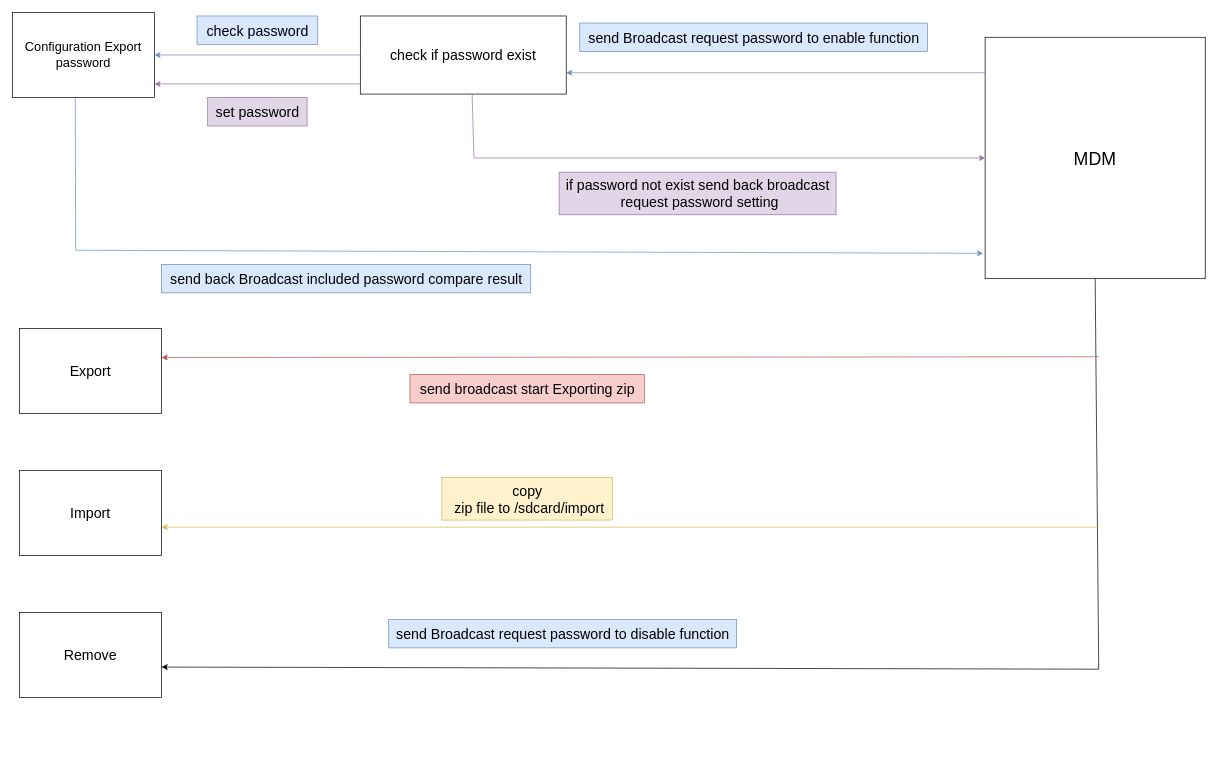
Earlier version of the draw.io diagram 未命名mdm.drawio (yuchinchenTW/IDT_-forgreengrassv2_log). Source tidied: cells renumbered, new cells numbered last; positions are measured from the earlier drawing's top-left corner, leaving out a move shared by most shapes. Both pictures are drawn from the tidied source at 71%, with x=0, y=0 at pixel (12, 12).
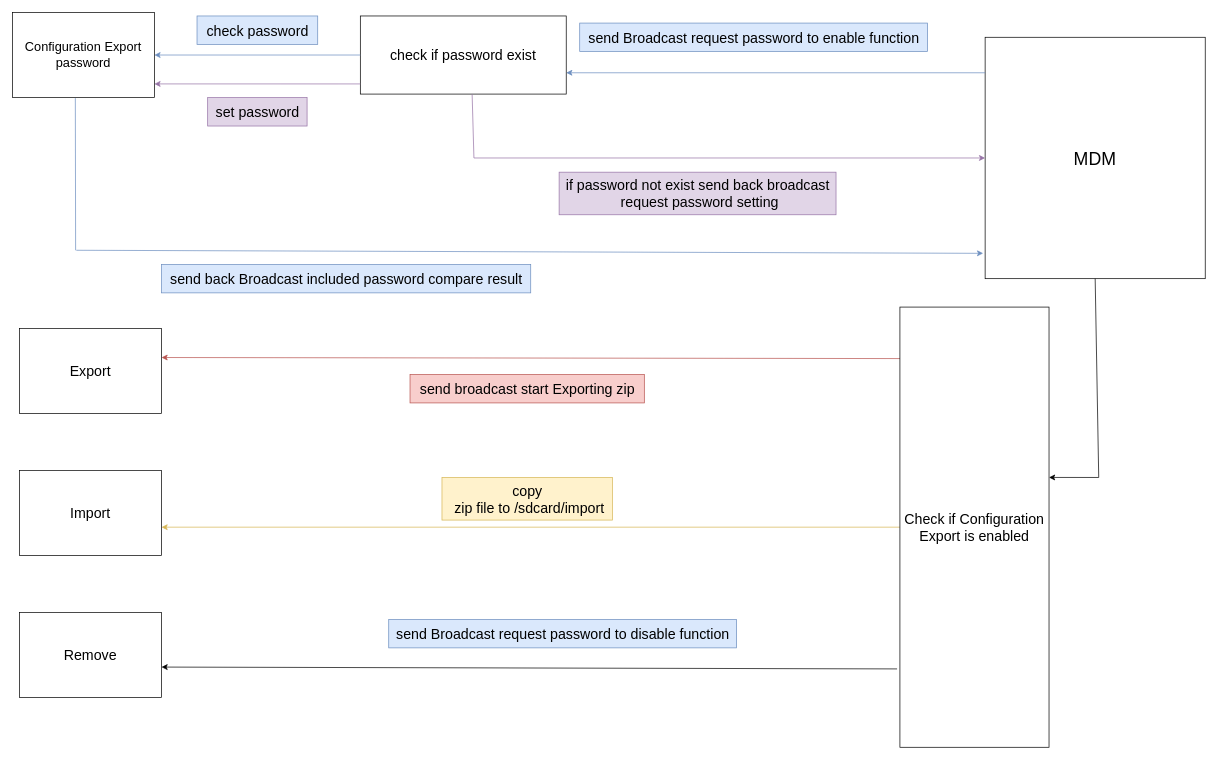
The same diagram, later.

Commit message (it also covers changes not shown here):
更新未命名mdm.drawio

The change refers to these unchanged cells:
```xml
<mxCell id="3" value="&lt;font style=&quot;font-size: 20px;&quot;&gt;Export&lt;/font&gt;" style="rounded=0;whiteSpace=wrap;html=1;" parent="1" vertex="1">
  <mxGeometry x="10" y="445" width="200" height="120" as="geometry" />
</mxCell>
<mxCell id="5" value="&lt;font style=&quot;font-size: 20px;&quot;&gt;Remove&lt;/font&gt;" style="rounded=0;whiteSpace=wrap;html=1;" parent="1" vertex="1">
  <mxGeometry x="10" y="845" width="200" height="120" as="geometry" />
</mxCell>
<mxCell id="6" value="&lt;font style=&quot;font-size: 25px;&quot;&gt;MDM&lt;/font&gt;" style="rounded=0;whiteSpace=wrap;html=1;" parent="1" vertex="1">
  <mxGeometry x="1370" y="35" width="310" height="340" as="geometry" />
</mxCell>
```

The edit, as a diff of the source:
```diff
@@
     <mxCell id="20" style="endArrow=none;html=1;rounded=0;entryX=0.5;entryY=1;entryDx=0;entryDy=0;" parent="1" edge="1" target="6">
       <mxGeometry relative="1" as="geometry">
-        <mxPoint x="1530" y="925" as="sourcePoint" />
+        <mxPoint x="1530" y="655" as="sourcePoint" />
       </mxGeometry>
     </mxCell>
-    <mxCell id="21" style="endArrow=classic;html=1;rounded=0;entryX=1;entryY=0.342;entryDx=0;entryDy=0;entryPerimeter=0;fillColor=#f8cecc;strokeColor=#b85450;" parent="1" edge="1" target="3">
-      <mxGeometry relative="1" as="geometry">
-        <mxPoint x="1530" y="485" as="sourcePoint" />
-      </mxGeometry>
+    <mxCell id="21" style="endArrow=classic;html=1;rounded=0;entryX=1;entryY=0.342;entryDx=0;entryDy=0;entryPerimeter=0;fillColor=#f8cecc;strokeColor=#b85450;exitX=0.022;exitY=0.117;exitDx=0;exitDy=0;exitPerimeter=0;" parent="1" edge="1" source="27" target="3">
+      <mxGeometry relative="1" as="geometry" />
     </mxCell>
@@
-    <mxCell id="23" style="endArrow=classic;html=1;rounded=0;fillColor=#fff2cc;strokeColor=#d6b656;" parent="1" edge="1">
+    <mxCell id="23" style="endArrow=classic;html=1;rounded=0;fillColor=#fff2cc;strokeColor=#d6b656;exitX=0;exitY=0.5;exitDx=0;exitDy=0;" parent="1" edge="1" source="27">
       <mxGeometry relative="1" as="geometry">
-        <mxPoint x="1530" y="725" as="sourcePoint" />
         <mxPoint x="210" y="725" as="targetPoint" />
       </mxGeometry>
     </mxCell>
@@
-    <mxCell id="25" style="endArrow=classic;html=1;rounded=0;entryX=1;entryY=0.642;entryDx=0;entryDy=0;entryPerimeter=0;" parent="1" edge="1" target="5">
-      <mxGeometry relative="1" as="geometry">
-        <mxPoint x="1530" y="925" as="sourcePoint" />
-      </mxGeometry>
+    <mxCell id="25" style="endArrow=classic;html=1;rounded=0;entryX=1;entryY=0.642;entryDx=0;entryDy=0;entryPerimeter=0;exitX=-0.019;exitY=0.822;exitDx=0;exitDy=0;exitPerimeter=0;" parent="1" edge="1" source="27" target="5">
+      <mxGeometry relative="1" as="geometry" />
     </mxCell>
@@
+    <mxCell id="27" value="&lt;font style=&quot;font-size: 20px;&quot;&gt;Check if&amp;nbsp;Configuration Export is enabled&lt;/font&gt;" style="rounded=0;whiteSpace=wrap;html=1;" parent="1" vertex="1">
+      <mxGeometry x="1250" y="415" width="210" height="620" as="geometry" />
+    </mxCell>
+    <mxCell id="28" style="endArrow=classic;html=1;rounded=0;entryX=1;entryY=0.387;entryDx=0;entryDy=0;entryPerimeter=0;" parent="1" edge="1" target="27">
+      <mxGeometry relative="1" as="geometry">
+        <mxPoint x="1530" y="655" as="sourcePoint" />
+      </mxGeometry>
+    </mxCell>
```
